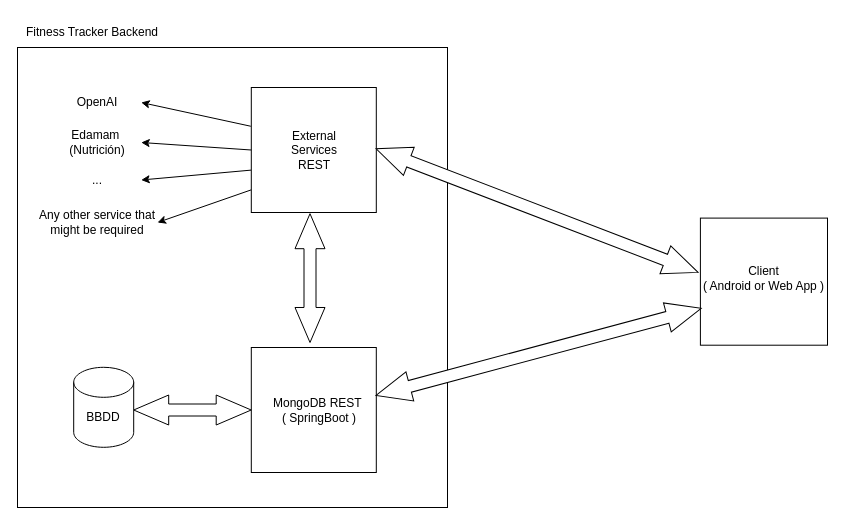
The draw.io diagram assets/backend.drawio in kateBea/Fitness-Tracker, before the edit. Source tidied: cells renumbered, new cells numbered last; positions are measured from the earlier drawing's top-left corner, leaving out a move shared by most shapes. Both pictures are drawn from the tidied source at 100%, with x=0, y=0 at pixel (17, 17).
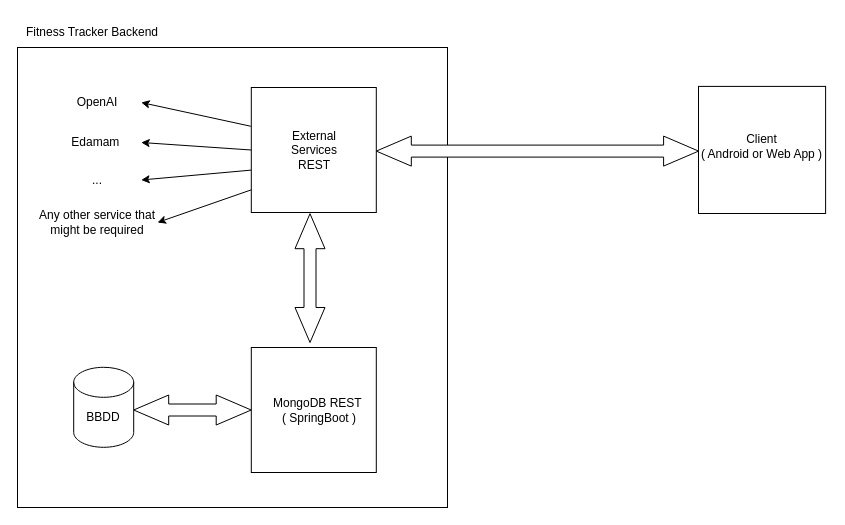
Above is the later version.

Commit message:
change backend arch

Diff of the diagram source:
```diff
@@
     <mxCell id="3" style="whiteSpace=wrap;html=1;" parent="1" vertex="1">
-      <mxGeometry x="682.9" y="200.6" width="127.1" height="127.1" as="geometry" />
+      <mxGeometry x="681" y="68.9" width="127.1" height="127.1" as="geometry" />
     </mxCell>
     <mxCell id="4" value="Client &lt;br&gt;( Android or Web App )" style="text;html=1;align=center;verticalAlign=middle;whiteSpace=wrap;rounded=0;" parent="1" vertex="1">
-      <mxGeometry x="682.9" y="245.6" width="127.1" height="30" as="geometry" />
+      <mxGeometry x="681" y="113.9" width="127.1" height="30" as="geometry" />
     </mxCell>
@@
-    <mxCell id="14" value="Edamam&amp;nbsp;&lt;br&gt;(Nutrición)" style="text;html=1;align=center;verticalAlign=middle;whiteSpace=wrap;rounded=0;" parent="1" vertex="1">
+    <mxCell id="14" value="Edamam&amp;nbsp;" style="text;html=1;align=center;verticalAlign=middle;whiteSpace=wrap;rounded=0;" parent="1" vertex="1">
       <mxGeometry x="36.2" y="110" width="87.5" height="30" as="geometry" />
     </mxCell>
@@
-    <mxCell id="21" style="html=1;shadow=0;dashed=0;align=center;verticalAlign=middle;shape=mxgraph.arrows2.twoWayArrow;dy=0.6;dx=35;rotation=-159;" parent="1" vertex="1">
-      <mxGeometry x="347.2" y="178.1" width="344.8" height="30" as="geometry" />
+    <mxCell id="21" style="html=1;shadow=0;dashed=0;align=center;verticalAlign=middle;shape=mxgraph.arrows2.twoWayArrow;dy=0.6;dx=35;rotation=-180;" parent="1" vertex="1">
+      <mxGeometry x="358.8" y="118.6" width="322.3" height="30" as="geometry" />
     </mxCell>
-    <mxCell id="22" style="html=1;shadow=0;dashed=0;align=center;verticalAlign=middle;shape=mxgraph.arrows2.twoWayArrow;dy=0.6;dx=35;rotation=-195;" parent="1" vertex="1">
-      <mxGeometry x="352.8" y="319.4" width="336.6" height="30" as="geometry" />
-    </mxCell>
```
